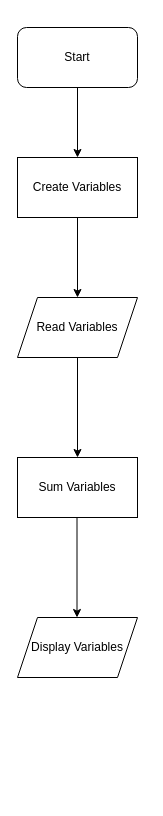
This is Untitled Diagram.drawio from 16808910041680/class1again, a draw.io file, before an edit. Source tidied: cells renumbered, new cells numbered last; positions are measured from the earlier drawing's top-left corner, leaving out a move shared by most shapes. Both pictures are drawn from the tidied source at 100%, with x=0, y=0 at pixel (17, 27).
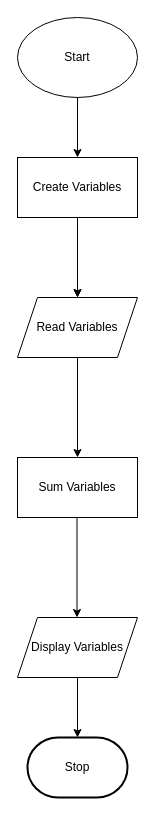
After the change.

Unchanged cells that the change refers to:
```xml
<mxCell id="4" value="Create Variables" style="rounded=0;whiteSpace=wrap;html=1;" parent="1" vertex="1">
  <mxGeometry y="130" width="120" height="60" as="geometry" />
</mxCell>
<mxCell id="6" value="Read Variables" style="shape=parallelogram;perimeter=parallelogramPerimeter;whiteSpace=wrap;html=1;fixedSize=1;" parent="1" vertex="1">
  <mxGeometry y="270" width="120" height="60" as="geometry" />
</mxCell>
<mxCell id="8" value="Display Variables" style="shape=parallelogram;perimeter=parallelogramPerimeter;whiteSpace=wrap;html=1;fixedSize=1;" parent="1" vertex="1">
  <mxGeometry y="590" width="120" height="60" as="geometry" />
</mxCell>
```

What changed in the source:
```diff
@@
-    <mxCell id="2" value="Start" style="rounded=1;whiteSpace=wrap;html=1;" parent="1" vertex="1">
-      <mxGeometry width="120" height="60" as="geometry" />
-    </mxCell>
+    <mxCell id="11" style="edgeStyle=orthogonalEdgeStyle;rounded=0;jettySize=auto;html=1;exitX=0;exitY=0.75;exitDx=0;exitDy=0;entryX=0.5;entryY=0;entryDx=0;entryDy=0;" parent="1" edge="1" target="6">
+      <mxGeometry relative="1" as="geometry">
+        <mxPoint x="120" y="190" as="sourcePoint" />
+        <Array as="points">
+          <mxPoint x="60" y="190" />
+        </Array>
+      </mxGeometry>
+    </mxCell>
-    <mxCell id="3" style="endArrow=classic;html=1;rounded=0;exitX=0.5;exitY=1;exitDx=0;exitDy=0;" parent="1" edge="1" source="2">
+    <mxCell id="3" style="endArrow=classic;html=1;rounded=0;exitX=0.5;exitY=1;exitDx=0;exitDy=0;" parent="1" edge="1">
       <mxGeometry relative="1" as="geometry">
+        <mxPoint x="60" y="60" as="sourcePoint" />
         <mxPoint x="60" y="130" as="targetPoint" />
       </mxGeometry>
     </mxCell>
@@
-    <mxCell id="5" style="endArrow=classic;html=1;rounded=0;exitX=0.5;exitY=1;exitDx=0;exitDy=0;" parent="1" edge="1" source="4">
+    <mxCell id="5" style="endArrow=classic;html=1;rounded=0;" parent="1" edge="1">
       <mxGeometry relative="1" as="geometry">
+        <mxPoint x="60" y="190" as="sourcePoint" />
         <mxPoint x="60" y="270" as="targetPoint" />
+        <Array as="points">
+          <mxPoint x="60" y="260" />
+        </Array>
       </mxGeometry>
     </mxCell>
@@
+    <mxCell id="2" value="Start" style="ellipse;whiteSpace=wrap;html=1;" parent="1" vertex="1">
+      <mxGeometry y="-10" width="120" height="80" as="geometry" />
+    </mxCell>
+    <mxCell id="12" value="Stop" style="strokeWidth=2;html=1;shape=mxgraph.flowchart.terminator;whiteSpace=wrap;" parent="1" vertex="1">
+      <mxGeometry x="10" y="710" width="100" height="60" as="geometry" />
+    </mxCell>
+    <mxCell id="13" style="endArrow=classic;html=1;rounded=0;exitX=0.5;exitY=1;exitDx=0;exitDy=0;entryX=0.5;entryY=0;entryDx=0;entryDy=0;entryPerimeter=0;" parent="1" edge="1" source="8" target="12">
+      <mxGeometry relative="1" as="geometry" />
+    </mxCell>
```
